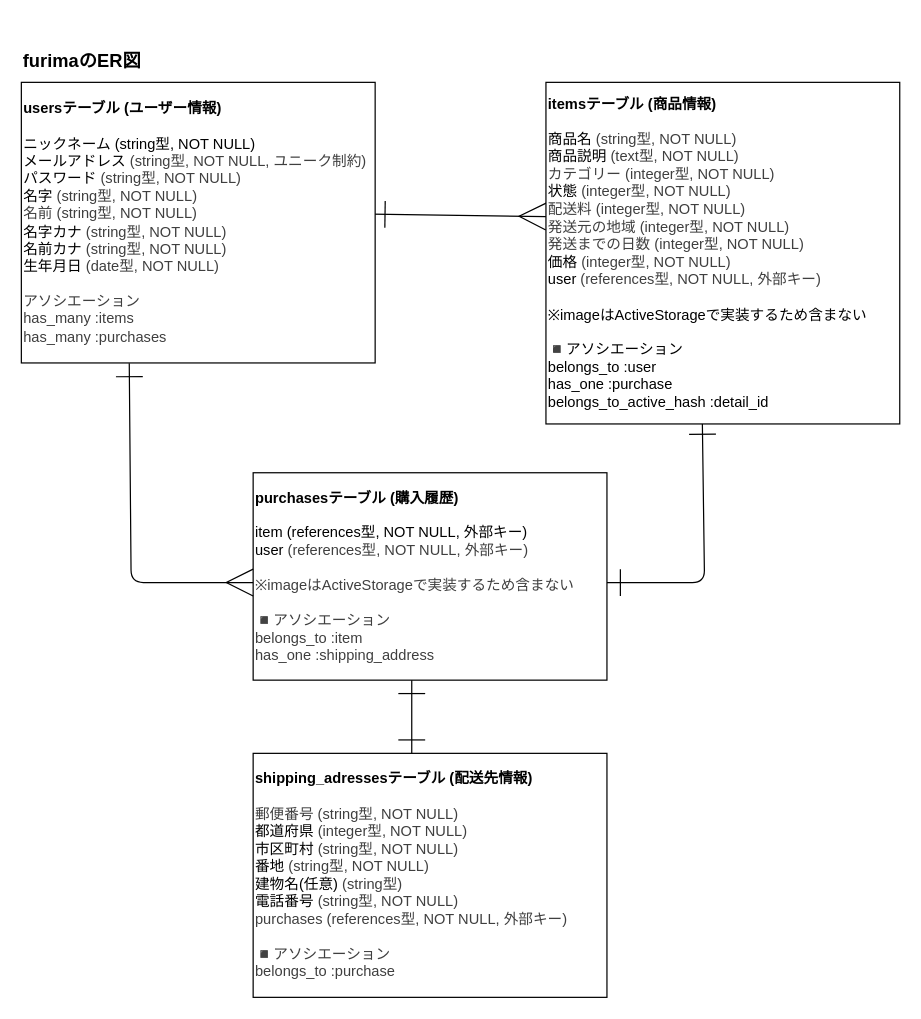
Earlier version of the draw.io diagram er.dio (kuraomirako/furima-42532). Source tidied: cells renumbered, new cells numbered last; positions are measured from the earlier drawing's top-left corner, leaving out a move shared by most shapes. Both pictures are drawn from the tidied source at 122%, with x=0, y=0 at pixel (21, 33).
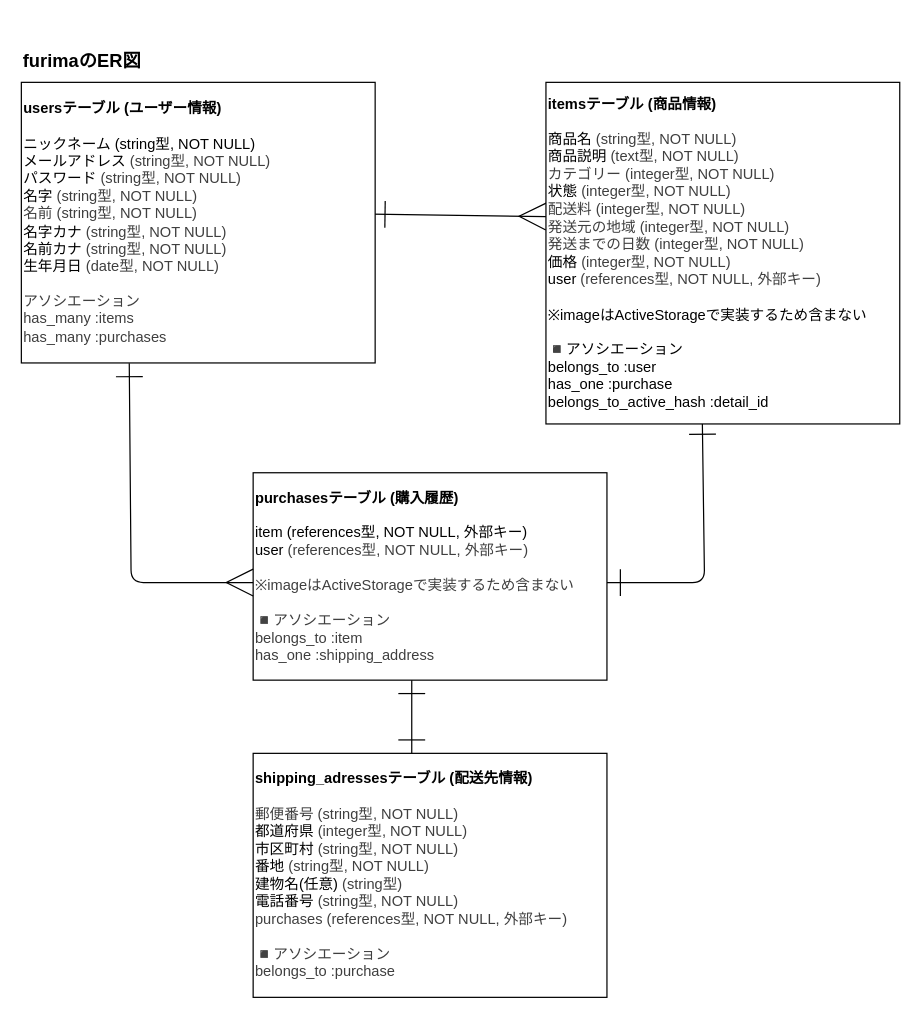
The same page after the edit.

The edit, as a diff of the source:
```diff
@@
 <mxGraphModel>
   <root>
     <mxCell id="0" />
     <mxCell id="1" parent="0" />
     <mxCell id="2" value="&lt;h1&gt;&lt;font style=&quot;font-size: 15px;&quot;&gt;furimaのER図&lt;/font&gt;&lt;/h1&gt;" style="whiteSpace=wrap;html=1;align=center;strokeColor=none;" parent="1" vertex="1">
       <mxGeometry width="100" height="40" as="geometry" />
     </mxCell>
     <mxCell id="3" style="edgeStyle=none;html=1;exitX=0.99;exitY=0.47;exitDx=0;exitDy=0;entryX=0;entryY=0.5;entryDx=0;entryDy=0;targetPerimeterSpacing=6;sourcePerimeterSpacing=6;endSize=20;endArrow=ERmany;endFill=0;startSize=20;strokeColor=default;startArrow=ERone;startFill=0;exitPerimeter=0;" parent="1" edge="1" source="4">
       <mxGeometry relative="1" as="geometry">
         <mxPoint x="430" y="150" as="targetPoint" />
       </mxGeometry>
     </mxCell>
-    <mxCell id="4" value="&lt;div&gt;&lt;b&gt;usersテーブル (ユーザー情報)&lt;/b&gt;&lt;/div&gt;&lt;div&gt;&lt;br&gt;&lt;/div&gt;&lt;div&gt;ニックネーム (string型, NOT NULL)&lt;/div&gt;&lt;div&gt;&lt;span style=&quot;background-color: transparent;&quot;&gt;メールアドレス&lt;/span&gt;&lt;span style=&quot;color: rgb(63, 63, 63); background-color: transparent;&quot;&gt;&amp;nbsp;&lt;/span&gt;&lt;span style=&quot;color: rgb(63, 63, 63); background-color: transparent;&quot;&gt;(string型, NOT NULL, ユニーク制約)&lt;/span&gt;&lt;/div&gt;&lt;div&gt;パスワード&lt;span style=&quot;background-color: transparent; color: rgb(63, 63, 63);&quot;&gt;&amp;nbsp;&lt;/span&gt;&lt;span style=&quot;background-color: transparent; color: rgb(63, 63, 63);&quot;&gt;(string型, NOT NULL)&lt;/span&gt;&lt;/div&gt;&lt;div&gt;名字&lt;span style=&quot;background-color: transparent; color: rgb(63, 63, 63);&quot;&gt;&amp;nbsp;&lt;/span&gt;&lt;span style=&quot;background-color: transparent; color: rgb(63, 63, 63);&quot;&gt;(string型, NOT NULL)&lt;/span&gt;&lt;/div&gt;&lt;div&gt;&lt;span style=&quot;background-color: transparent; color: rgb(63, 63, 63);&quot;&gt;名前&amp;nbsp;&lt;/span&gt;&lt;span style=&quot;background-color: transparent; color: rgb(63, 63, 63);&quot;&gt;(string型, NOT NULL)&lt;/span&gt;&lt;/div&gt;&lt;div&gt;名字カナ&lt;span style=&quot;background-color: transparent; color: rgb(63, 63, 63);&quot;&gt;&amp;nbsp;&lt;/span&gt;&lt;span style=&quot;background-color: transparent; color: rgb(63, 63, 63);&quot;&gt;(string型, NOT NULL)&lt;/span&gt;&lt;/div&gt;&lt;div&gt;名前カナ&lt;span style=&quot;background-color: transparent; color: rgb(63, 63, 63);&quot;&gt;&amp;nbsp;&lt;/span&gt;&lt;span style=&quot;background-color: transparent; color: rgb(63, 63, 63);&quot;&gt;(string型, NOT NULL)&lt;/span&gt;&lt;/div&gt;&lt;div&gt;生年月日&lt;span style=&quot;background-color: transparent; color: rgb(63, 63, 63);&quot;&gt;&amp;nbsp;&lt;/span&gt;&lt;span style=&quot;background-color: transparent; color: rgb(63, 63, 63);&quot;&gt;(date型, NOT NULL)&lt;/span&gt;&lt;/div&gt;&lt;div&gt;&lt;span style=&quot;background-color: transparent; color: rgb(63, 63, 63);&quot;&gt;&lt;br&gt;&lt;/span&gt;&lt;/div&gt;&lt;div&gt;&lt;span style=&quot;background-color: transparent; color: rgb(63, 63, 63);&quot;&gt;アソシエーション&lt;/span&gt;&lt;/div&gt;&lt;div&gt;&lt;span style=&quot;background-color: transparent; color: rgb(63, 63, 63);&quot;&gt;has_many :items&lt;/span&gt;&lt;/div&gt;&lt;div&gt;&lt;span style=&quot;background-color: transparent; color: rgb(63, 63, 63);&quot;&gt;has_many :purchases&lt;/span&gt;&lt;/div&gt;" style="whiteSpace=wrap;html=1;align=left;" parent="1" vertex="1">
+    <mxCell id="4" value="&lt;div&gt;&lt;b&gt;usersテーブル (ユーザー情報)&lt;/b&gt;&lt;/div&gt;&lt;div&gt;&lt;br&gt;&lt;/div&gt;&lt;div&gt;ニックネーム (string型, NOT NULL)&lt;/div&gt;&lt;div&gt;&lt;span style=&quot;background-color: transparent;&quot;&gt;メールアドレス&lt;/span&gt;&lt;span style=&quot;color: rgb(63, 63, 63); background-color: transparent;&quot;&gt;&amp;nbsp;&lt;/span&gt;&lt;span style=&quot;color: rgb(63, 63, 63); background-color: transparent;&quot;&gt;(string型, NOT NULL)&lt;/span&gt;&lt;/div&gt;&lt;div&gt;パスワード&lt;span style=&quot;background-color: transparent; color: rgb(63, 63, 63);&quot;&gt;&amp;nbsp;&lt;/span&gt;&lt;span style=&quot;background-color: transparent; color: rgb(63, 63, 63);&quot;&gt;(string型, NOT NULL)&lt;/span&gt;&lt;/div&gt;&lt;div&gt;名字&lt;span style=&quot;background-color: transparent; color: rgb(63, 63, 63);&quot;&gt;&amp;nbsp;&lt;/span&gt;&lt;span style=&quot;background-color: transparent; color: rgb(63, 63, 63);&quot;&gt;(string型, NOT NULL)&lt;/span&gt;&lt;/div&gt;&lt;div&gt;&lt;span style=&quot;background-color: transparent; color: rgb(63, 63, 63);&quot;&gt;名前&amp;nbsp;&lt;/span&gt;&lt;span style=&quot;background-color: transparent; color: rgb(63, 63, 63);&quot;&gt;(string型, NOT NULL)&lt;/span&gt;&lt;/div&gt;&lt;div&gt;名字カナ&lt;span style=&quot;background-color: transparent; color: rgb(63, 63, 63);&quot;&gt;&amp;nbsp;&lt;/span&gt;&lt;span style=&quot;background-color: transparent; color: rgb(63, 63, 63);&quot;&gt;(string型, NOT NULL)&lt;/span&gt;&lt;/div&gt;&lt;div&gt;名前カナ&lt;span style=&quot;background-color: transparent; color: rgb(63, 63, 63);&quot;&gt;&amp;nbsp;&lt;/span&gt;&lt;span style=&quot;background-color: transparent; color: rgb(63, 63, 63);&quot;&gt;(string型, NOT NULL)&lt;/span&gt;&lt;/div&gt;&lt;div&gt;生年月日&lt;span style=&quot;background-color: transparent; color: rgb(63, 63, 63);&quot;&gt;&amp;nbsp;&lt;/span&gt;&lt;span style=&quot;background-color: transparent; color: rgb(63, 63, 63);&quot;&gt;(date型, NOT NULL)&lt;/span&gt;&lt;/div&gt;&lt;div&gt;&lt;span style=&quot;background-color: transparent; color: rgb(63, 63, 63);&quot;&gt;&lt;br&gt;&lt;/span&gt;&lt;/div&gt;&lt;div&gt;&lt;span style=&quot;background-color: transparent; color: rgb(63, 63, 63);&quot;&gt;アソシエーション&lt;/span&gt;&lt;/div&gt;&lt;div&gt;&lt;span style=&quot;background-color: transparent; color: rgb(63, 63, 63);&quot;&gt;has_many :items&lt;/span&gt;&lt;/div&gt;&lt;div&gt;&lt;span style=&quot;background-color: transparent; color: rgb(63, 63, 63);&quot;&gt;has_many :purchases&lt;/span&gt;&lt;/div&gt;" style="whiteSpace=wrap;html=1;align=left;" parent="1" vertex="1">
       <mxGeometry y="40" width="290" height="230" as="geometry" />
     </mxCell>
     <mxCell id="5" style="edgeStyle=none;html=1;endSize=20;startSize=20;endArrow=ERone;endFill=0;startArrow=ERone;startFill=0;exitX=0.442;exitY=0.991;exitDx=0;exitDy=0;exitPerimeter=0;" parent="1" edge="1" source="6">
       <mxGeometry relative="1" as="geometry">
         <mxPoint x="480" y="450" as="targetPoint" />
         <Array as="points">
           <mxPoint x="560" y="450" />
         </Array>
       </mxGeometry>
     </mxCell>
     <mxCell id="6" value="&lt;div&gt;&lt;b&gt;itemsテーブル (商品情報)&lt;/b&gt;&lt;/div&gt;&lt;div&gt;&lt;br&gt;&lt;/div&gt;&lt;div&gt;商品名&lt;span style=&quot;color: rgb(63, 63, 63); background-color: transparent;&quot;&gt;&amp;nbsp;&lt;/span&gt;&lt;span style=&quot;color: rgb(63, 63, 63); background-color: transparent;&quot;&gt;(string型, NOT NULL)&lt;/span&gt;&lt;/div&gt;&lt;div&gt;商品説明&lt;span style=&quot;color: rgb(63, 63, 63); background-color: transparent;&quot;&gt;&amp;nbsp;&lt;/span&gt;&lt;span style=&quot;color: rgb(63, 63, 63); background-color: transparent;&quot;&gt;(text型, NOT NULL)&lt;/span&gt;&lt;/div&gt;&lt;div&gt;&lt;span style=&quot;color: rgb(63, 63, 63); background-color: transparent;&quot;&gt;カテゴリー (integer型, NOT NULL)&lt;/span&gt;&lt;/div&gt;&lt;div&gt;状態&lt;span style=&quot;color: rgb(63, 63, 63); background-color: transparent;&quot;&gt;&amp;nbsp;&lt;/span&gt;&lt;span style=&quot;color: rgb(63, 63, 63); background-color: transparent;&quot;&gt;(integer型, NOT NULL)&lt;/span&gt;&lt;/div&gt;&lt;div&gt;&lt;span style=&quot;color: rgb(63, 63, 63); background-color: transparent;&quot;&gt;配送料&lt;/span&gt;&lt;span style=&quot;color: rgb(63, 63, 63); background-color: transparent;&quot;&gt;&amp;nbsp;&lt;/span&gt;&lt;span style=&quot;color: rgb(63, 63, 63); background-color: transparent;&quot;&gt;(integer型, NOT NULL)&lt;/span&gt;&lt;/div&gt;&lt;div&gt;&lt;span style=&quot;color: rgb(63, 63, 63); background-color: transparent;&quot;&gt;発送元の地域&lt;/span&gt;&lt;span style=&quot;color: rgb(63, 63, 63); background-color: transparent;&quot;&gt;&amp;nbsp;&lt;/span&gt;&lt;span style=&quot;color: rgb(63, 63, 63); background-color: transparent;&quot;&gt;(integer型, NOT NULL)&lt;/span&gt;&lt;/div&gt;&lt;div&gt;&lt;span style=&quot;color: rgb(63, 63, 63); background-color: transparent;&quot;&gt;発送までの日数&lt;/span&gt;&lt;span style=&quot;color: rgb(63, 63, 63); background-color: transparent;&quot;&gt;&amp;nbsp;&lt;/span&gt;&lt;span style=&quot;color: rgb(63, 63, 63); background-color: transparent;&quot;&gt;(integer型, NOT NULL)&lt;/span&gt;&lt;/div&gt;&lt;div&gt;価格&lt;span style=&quot;color: rgb(63, 63, 63); background-color: transparent;&quot;&gt;&amp;nbsp;&lt;/span&gt;&lt;span style=&quot;color: rgb(63, 63, 63); background-color: transparent;&quot;&gt;(integer型, NOT NULL)&lt;/span&gt;&lt;/div&gt;&lt;div&gt;user&lt;span style=&quot;color: rgb(63, 63, 63); background-color: transparent;&quot;&gt;&amp;nbsp;&lt;/span&gt;&lt;span style=&quot;color: rgb(63, 63, 63); background-color: transparent;&quot;&gt;(references型, NOT NULL, 外部キー)&lt;/span&gt;&lt;/div&gt;&lt;div&gt;&lt;br&gt;&lt;/div&gt;&lt;div&gt;※imageはActiveStorageで実装するため含まない&lt;/div&gt;&lt;div&gt;&lt;br&gt;&lt;/div&gt;&lt;div&gt;◾️アソシエーション&lt;/div&gt;&lt;div&gt;belongs_to :user&lt;/div&gt;&lt;div&gt;has_one :purchase&lt;/div&gt;&lt;div&gt;belongs_to_active_hash :detail_id&lt;/div&gt;" style="whiteSpace=wrap;html=1;align=left;" parent="1" vertex="1">
       <mxGeometry x="430" y="40" width="290" height="280" as="geometry" />
     </mxCell>
     <mxCell id="7" value="&lt;div&gt;&lt;b&gt;purchasesテーブル (購入履歴)&lt;/b&gt;&lt;/div&gt;&lt;div&gt;&lt;br&gt;&lt;/div&gt;&lt;div&gt;item (references型, NOT NULL, 外部キー)&lt;/div&gt;&lt;div&gt;user&lt;span style=&quot;color: rgb(63, 63, 63); background-color: transparent;&quot;&gt;&amp;nbsp;&lt;/span&gt;&lt;span style=&quot;color: rgb(63, 63, 63); background-color: transparent;&quot;&gt;(references型, NOT NULL, 外部キー)&lt;/span&gt;&lt;/div&gt;&lt;div&gt;&lt;span style=&quot;background-color: transparent; color: rgb(63, 63, 63);&quot;&gt;&lt;br&gt;&lt;/span&gt;&lt;/div&gt;&lt;div&gt;&lt;span style=&quot;background-color: transparent; color: rgb(63, 63, 63);&quot;&gt;&lt;span style=&quot;color: rgb(63, 63, 63);&quot;&gt;※imageはActiveStorageで実装するため含まない&lt;/span&gt;&lt;/span&gt;&lt;/div&gt;&lt;div&gt;&lt;span style=&quot;background-color: transparent; color: rgb(63, 63, 63);&quot;&gt;&lt;span style=&quot;color: rgb(63, 63, 63);&quot;&gt;&lt;br&gt;&lt;/span&gt;&lt;/span&gt;&lt;/div&gt;&lt;div&gt;&lt;span style=&quot;background-color: transparent; color: rgb(63, 63, 63);&quot;&gt;&lt;span style=&quot;color: rgb(63, 63, 63);&quot;&gt;◾️アソシエーション&lt;/span&gt;&lt;/span&gt;&lt;/div&gt;&lt;div&gt;&lt;span style=&quot;background-color: transparent; color: rgb(63, 63, 63);&quot;&gt;&lt;span style=&quot;color: rgb(63, 63, 63);&quot;&gt;belongs_to :item&lt;/span&gt;&lt;/span&gt;&lt;/div&gt;&lt;div&gt;&lt;span style=&quot;background-color: transparent; color: rgb(63, 63, 63);&quot;&gt;&lt;span style=&quot;color: rgb(63, 63, 63);&quot;&gt;has_one :shipping_address&lt;/span&gt;&lt;/span&gt;&lt;/div&gt;" style="whiteSpace=wrap;html=1;align=left;" parent="1" vertex="1">
       <mxGeometry x="190" y="360" width="290" height="170" as="geometry" />
     </mxCell>
     <mxCell id="8" value="&lt;div&gt;&lt;b&gt;shipping_adressesテーブル (配送先情報)&lt;/b&gt;&lt;/div&gt;&lt;div&gt;&lt;br&gt;&lt;/div&gt;&lt;div&gt;&lt;span style=&quot;background-color: transparent; color: rgb(63, 63, 63);&quot;&gt;郵便番号&amp;nbsp;&lt;/span&gt;&lt;span style=&quot;background-color: transparent; color: rgb(63, 63, 63);&quot;&gt;(string型, NOT NULL)&lt;/span&gt;&lt;/div&gt;&lt;div&gt;都道府県&lt;span style=&quot;background-color: transparent; color: rgb(63, 63, 63);&quot;&gt;&amp;nbsp;&lt;/span&gt;&lt;span style=&quot;background-color: transparent; color: rgb(63, 63, 63);&quot;&gt;(integer型, NOT NULL)&lt;/span&gt;&lt;/div&gt;&lt;div&gt;市区町村&lt;span style=&quot;background-color: transparent; color: rgb(63, 63, 63);&quot;&gt;&amp;nbsp;&lt;/span&gt;&lt;span style=&quot;background-color: transparent; color: rgb(63, 63, 63);&quot;&gt;(string型, NOT NULL)&lt;/span&gt;&lt;/div&gt;&lt;div&gt;番地&lt;span style=&quot;background-color: transparent; color: rgb(63, 63, 63);&quot;&gt;&amp;nbsp;&lt;/span&gt;&lt;span style=&quot;background-color: transparent; color: rgb(63, 63, 63);&quot;&gt;(string型, NOT NULL)&lt;/span&gt;&lt;/div&gt;&lt;div&gt;建物名(任意)&lt;span style=&quot;background-color: transparent; color: rgb(63, 63, 63);&quot;&gt;&amp;nbsp;&lt;/span&gt;&lt;span style=&quot;background-color: transparent; color: rgb(63, 63, 63);&quot;&gt;(string型)&lt;/span&gt;&lt;/div&gt;&lt;div&gt;電話番号&lt;span style=&quot;background-color: transparent; color: rgb(63, 63, 63);&quot;&gt;&amp;nbsp;&lt;/span&gt;&lt;span style=&quot;background-color: transparent; color: rgb(63, 63, 63);&quot;&gt;(string型, NOT NULL)&lt;/span&gt;&lt;/div&gt;&lt;div&gt;&lt;span style=&quot;background-color: transparent; color: rgb(63, 63, 63);&quot;&gt;purchases (references型, NOT NULL, 外部キー)&lt;/span&gt;&lt;/div&gt;&lt;div&gt;&lt;span style=&quot;background-color: transparent; color: rgb(63, 63, 63);&quot;&gt;&lt;br&gt;&lt;/span&gt;&lt;/div&gt;&lt;div&gt;&lt;span style=&quot;background-color: transparent; color: rgb(63, 63, 63);&quot;&gt;◾️アソシエーション&lt;/span&gt;&lt;/div&gt;&lt;div&gt;&lt;span style=&quot;background-color: transparent; color: rgb(63, 63, 63);&quot;&gt;belongs_to :purchase&lt;/span&gt;&lt;/div&gt;" style="whiteSpace=wrap;html=1;align=left;" parent="1" vertex="1">
       <mxGeometry x="190" y="590" width="290" height="200" as="geometry" />
     </mxCell>
     <mxCell id="9" style="edgeStyle=none;html=1;endSize=20;startSize=20;endArrow=ERone;endFill=0;startArrow=ERone;startFill=0;" parent="1" edge="1">
       <mxGeometry relative="1" as="geometry">
         <mxPoint x="320" y="530" as="sourcePoint" />
         <mxPoint x="320" y="590" as="targetPoint" />
       </mxGeometry>
     </mxCell>
     <mxCell id="10" style="edgeStyle=none;html=1;endSize=20;startSize=20;endArrow=ERmany;endFill=0;startArrow=ERone;startFill=0;exitX=0.305;exitY=1.001;exitDx=0;exitDy=0;exitPerimeter=0;" parent="1" edge="1" source="4">
       <mxGeometry relative="1" as="geometry">
         <mxPoint x="190" y="450" as="targetPoint" />
         <Array as="points">
           <mxPoint x="90" y="450" />
         </Array>
       </mxGeometry>
     </mxCell>
   </root>
 </mxGraphModel>
```
